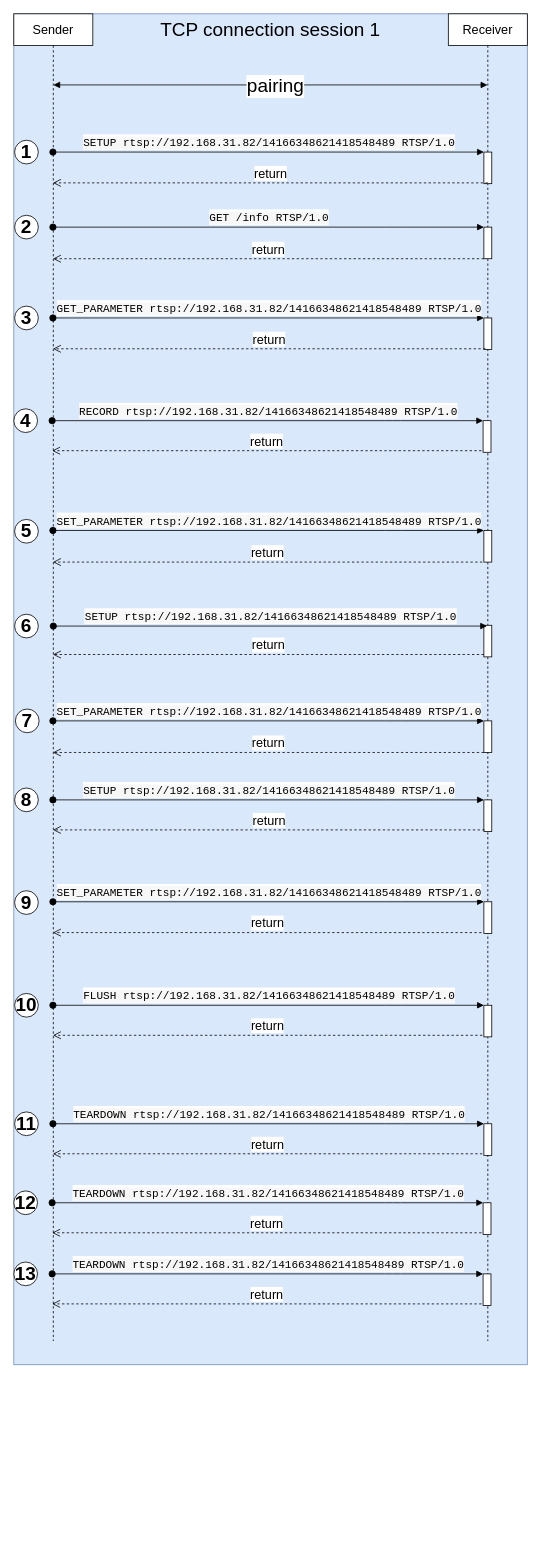
air-display/airplay-internal keeps this draw.io diagram as dgm/mirroring-service.drawio. Above is the earlier version. Source tidied: cells renumbered, new cells numbered last; positions are measured from the earlier drawing's top-left corner, leaving out a move shared by most shapes. Both pictures are drawn from the tidied source at 79%, with x=0, y=0 at pixel (13, 13).
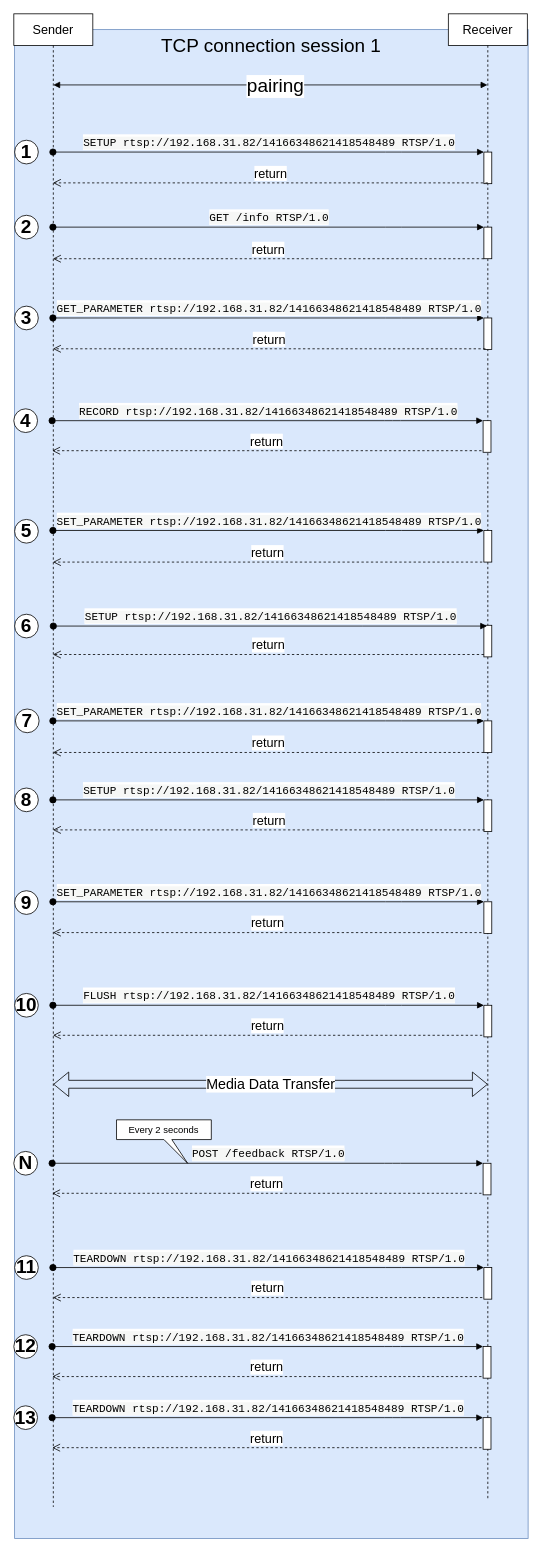
After the change.

What changed in the source:
```diff
@@
     <mxCell id="2" value="TCP connection session 1" style="rounded=0;whiteSpace=wrap;html=1;fontSize=24;verticalAlign=top;fillColor=#dae8fc;strokeColor=#6c8ebf;" parent="1" vertex="1">
-      <mxGeometry width="650" height="1710" as="geometry" />
+      <mxGeometry x="1" y="20" width="650" height="1910" as="geometry" />
     </mxCell>
     <mxCell id="3" value="Sender" style="shape=umlLifeline;perimeter=lifelinePerimeter;whiteSpace=wrap;html=1;outlineConnect=0;fontSize=16;" parent="1" vertex="1">
-      <mxGeometry width="100" height="1680" as="geometry" />
+      <mxGeometry width="100" height="1890" as="geometry" />
     </mxCell>
@@
     <mxCell id="6" value="Receiver" style="shape=umlLifeline;perimeter=lifelinePerimeter;whiteSpace=wrap;html=1;outlineConnect=0;fontSize=16;" parent="1" vertex="1">
-      <mxGeometry x="550" width="100" height="1680" as="geometry" />
+      <mxGeometry x="550" width="100" height="1880" as="geometry" />
     </mxCell>
@@
     <mxCell id="17" style="html=1;points=[];perimeter=orthogonalPerimeter;fontSize=16;" parent="6" vertex="1">
-      <mxGeometry x="45" y="1405" width="10" height="40" as="geometry" />
+      <mxGeometry x="45" y="1587" width="10" height="40" as="geometry" />
     </mxCell>
     <mxCell id="18" value="&lt;span style=&quot;font-family: &amp;#34;source code pro&amp;#34; , &amp;#34;consolas&amp;#34; , &amp;#34;ubuntu mono&amp;#34; , &amp;#34;menlo&amp;#34; , &amp;#34;dejavu sans mono&amp;#34; , monospace , monospace ; font-size: 14px ; background-color: rgb(246 , 247 , 246)&quot;&gt;TEARDOWN rtsp://192.168.31.82/14166348621418548489 RTSP/1.0&lt;/span&gt;" style="html=1;verticalAlign=bottom;startArrow=oval;endArrow=block;startSize=8;fontSize=16;" parent="6" edge="1" target="17">
       <mxGeometry relative="1" as="geometry">
-        <mxPoint x="-500.5" y="1405" as="sourcePoint" />
+        <mxPoint x="-500.5" y="1587" as="sourcePoint" />
         <Array as="points">
-          <mxPoint x="-69.5" y="1405" />
+          <mxPoint x="-69.5" y="1587" />
         </Array>
       </mxGeometry>
     </mxCell>
     <mxCell id="19" value="return" style="html=1;verticalAlign=bottom;endArrow=open;dashed=1;endSize=8;fontSize=16;exitX=-0.2;exitY=0.95;exitDx=0;exitDy=0;exitPerimeter=0;" parent="6" edge="1" source="17">
       <mxGeometry relative="1" as="geometry">
-        <mxPoint x="-500.5" y="1443" as="targetPoint" />
+        <mxPoint x="-500.5" y="1625" as="targetPoint" />
       </mxGeometry>
     </mxCell>
     <mxCell id="20" value="11" style="ellipse;whiteSpace=wrap;html=1;fontSize=24;fontStyle=1;" parent="6" vertex="1">
-      <mxGeometry x="-549" y="1390" width="30" height="30" as="geometry" />
+      <mxGeometry x="-549" y="1572" width="30" height="30" as="geometry" />
     </mxCell>
     <mxCell id="21" style="html=1;points=[];perimeter=orthogonalPerimeter;fontSize=16;" parent="6" vertex="1">
-      <mxGeometry x="44" y="1505" width="10" height="40" as="geometry" />
+      <mxGeometry x="44" y="1687" width="10" height="40" as="geometry" />
     </mxCell>
     <mxCell id="22" value="&lt;span style=&quot;font-family: &amp;#34;source code pro&amp;#34; , &amp;#34;consolas&amp;#34; , &amp;#34;ubuntu mono&amp;#34; , &amp;#34;menlo&amp;#34; , &amp;#34;dejavu sans mono&amp;#34; , monospace , monospace ; font-size: 14px ; background-color: rgb(246 , 247 , 246)&quot;&gt;TEARDOWN rtsp://192.168.31.82/14166348621418548489 RTSP/1.0&lt;/span&gt;" style="html=1;verticalAlign=bottom;startArrow=oval;endArrow=block;startSize=8;fontSize=16;" parent="6" edge="1" target="21">
       <mxGeometry relative="1" as="geometry">
-        <mxPoint x="-501.5" y="1505" as="sourcePoint" />
+        <mxPoint x="-501.5" y="1687" as="sourcePoint" />
         <Array as="points">
-          <mxPoint x="-70.5" y="1505" />
+          <mxPoint x="-70.5" y="1687" />
         </Array>
       </mxGeometry>
     </mxCell>
     <mxCell id="23" value="return" style="html=1;verticalAlign=bottom;endArrow=open;dashed=1;endSize=8;fontSize=16;exitX=-0.2;exitY=0.95;exitDx=0;exitDy=0;exitPerimeter=0;" parent="6" edge="1" source="21">
       <mxGeometry relative="1" as="geometry">
-        <mxPoint x="-501.5" y="1543" as="targetPoint" />
+        <mxPoint x="-501.5" y="1725" as="targetPoint" />
       </mxGeometry>
     </mxCell>
     <mxCell id="24" value="12" style="ellipse;whiteSpace=wrap;html=1;fontSize=24;fontStyle=1;" parent="6" vertex="1">
-      <mxGeometry x="-550" y="1490" width="30" height="30" as="geometry" />
+      <mxGeometry x="-550" y="1672" width="30" height="30" as="geometry" />
     </mxCell>
     <mxCell id="25" style="html=1;points=[];perimeter=orthogonalPerimeter;fontSize=16;" parent="6" vertex="1">
-      <mxGeometry x="44" y="1595" width="10" height="40" as="geometry" />
+      <mxGeometry x="44" y="1777" width="10" height="40" as="geometry" />
     </mxCell>
     <mxCell id="26" value="&lt;span style=&quot;font-family: &amp;#34;source code pro&amp;#34; , &amp;#34;consolas&amp;#34; , &amp;#34;ubuntu mono&amp;#34; , &amp;#34;menlo&amp;#34; , &amp;#34;dejavu sans mono&amp;#34; , monospace , monospace ; font-size: 14px ; background-color: rgb(246 , 247 , 246)&quot;&gt;TEARDOWN rtsp://192.168.31.82/14166348621418548489 RTSP/1.0&lt;/span&gt;" style="html=1;verticalAlign=bottom;startArrow=oval;endArrow=block;startSize=8;fontSize=16;" parent="6" edge="1" target="25">
       <mxGeometry relative="1" as="geometry">
-        <mxPoint x="-501.5" y="1595" as="sourcePoint" />
+        <mxPoint x="-501.5" y="1777" as="sourcePoint" />
         <Array as="points">
-          <mxPoint x="-70.5" y="1595" />
+          <mxPoint x="-70.5" y="1777" />
         </Array>
       </mxGeometry>
     </mxCell>
     <mxCell id="27" value="return" style="html=1;verticalAlign=bottom;endArrow=open;dashed=1;endSize=8;fontSize=16;exitX=-0.2;exitY=0.95;exitDx=0;exitDy=0;exitPerimeter=0;" parent="6" edge="1" source="25">
       <mxGeometry relative="1" as="geometry">
-        <mxPoint x="-501.5" y="1633" as="targetPoint" />
+        <mxPoint x="-501.5" y="1815" as="targetPoint" />
       </mxGeometry>
     </mxCell>
     <mxCell id="28" value="13" style="ellipse;whiteSpace=wrap;html=1;fontSize=24;fontStyle=1;" parent="6" vertex="1">
-      <mxGeometry x="-550" y="1580" width="30" height="30" as="geometry" />
+      <mxGeometry x="-550" y="1762" width="30" height="30" as="geometry" />
     </mxCell>
@@
+    <mxCell id="59" style="html=1;points=[];perimeter=orthogonalPerimeter;fontSize=16;" parent="1" vertex="1">
+      <mxGeometry x="594" y="1455" width="10" height="40" as="geometry" />
+    </mxCell>
+    <mxCell id="60" value="&lt;span style=&quot;font-family: &amp;#34;source code pro&amp;#34; , &amp;#34;consolas&amp;#34; , &amp;#34;ubuntu mono&amp;#34; , &amp;#34;menlo&amp;#34; , &amp;#34;dejavu sans mono&amp;#34; , monospace , monospace ; font-size: 14px ; text-align: left ; background-color: rgb(246 , 247 , 246)&quot;&gt;POST /feedback RTSP/1.0&lt;/span&gt;" style="html=1;verticalAlign=bottom;startArrow=oval;endArrow=block;startSize=8;fontSize=16;" parent="1" edge="1" target="59">
+      <mxGeometry relative="1" as="geometry">
+        <mxPoint x="48.5" y="1455" as="sourcePoint" />
+        <Array as="points">
+          <mxPoint x="479.5" y="1455" />
+        </Array>
+      </mxGeometry>
+    </mxCell>
+    <mxCell id="61" value="return" style="html=1;verticalAlign=bottom;endArrow=open;dashed=1;endSize=8;fontSize=16;exitX=-0.2;exitY=0.95;exitDx=0;exitDy=0;exitPerimeter=0;" parent="1" edge="1" source="59">
+      <mxGeometry relative="1" as="geometry">
+        <mxPoint x="48.5" y="1493" as="targetPoint" />
+      </mxGeometry>
+    </mxCell>
+    <mxCell id="62" value="N" style="ellipse;whiteSpace=wrap;html=1;fontSize=24;fontStyle=1;" parent="1" vertex="1">
+      <mxGeometry y="1440" width="30" height="30" as="geometry" />
+    </mxCell>
+    <mxCell id="63" value="Every 2 seconds" style="shape=callout;whiteSpace=wrap;html=1;perimeter=calloutPerimeter;position2=0.75;base=10;" parent="1" vertex="1">
+      <mxGeometry x="130" y="1400" width="120" height="55" as="geometry" />
+    </mxCell>
+    <mxCell id="64" value="Media Data Transfer" style="shape=flexArrow;endArrow=classic;startArrow=classic;html=1;fontSize=18;" parent="1" edge="1">
+      <mxGeometry relative="1" as="geometry">
+        <mxPoint x="50" y="1355" as="sourcePoint" />
+        <mxPoint x="600" y="1355" as="targetPoint" />
+      </mxGeometry>
+    </mxCell>
```
